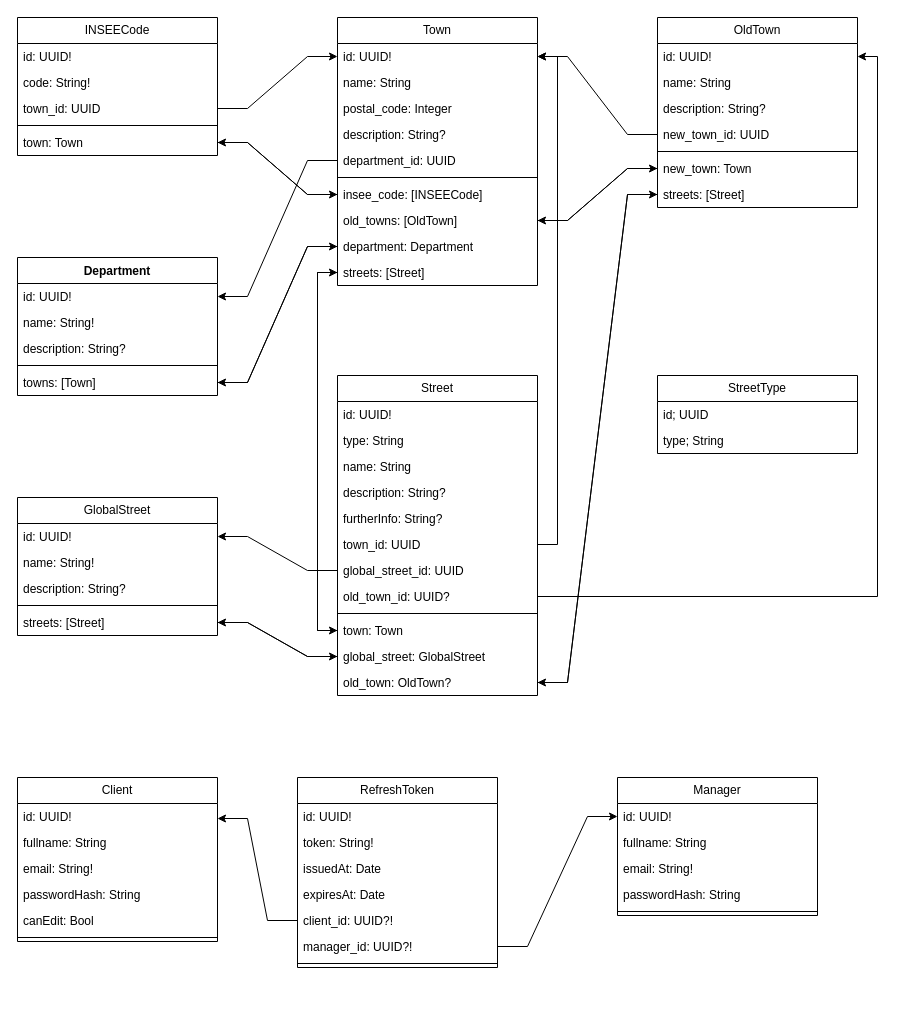
Earlier version of the draw.io diagram PDP BDD.drawio (FlorianClaisse/drawio). Source tidied: cells renumbered, new cells numbered last; positions are measured from the earlier drawing's top-left corner, leaving out a move shared by most shapes. Both pictures are drawn from the tidied source at 100%, with x=0, y=0 at pixel (17, 17).
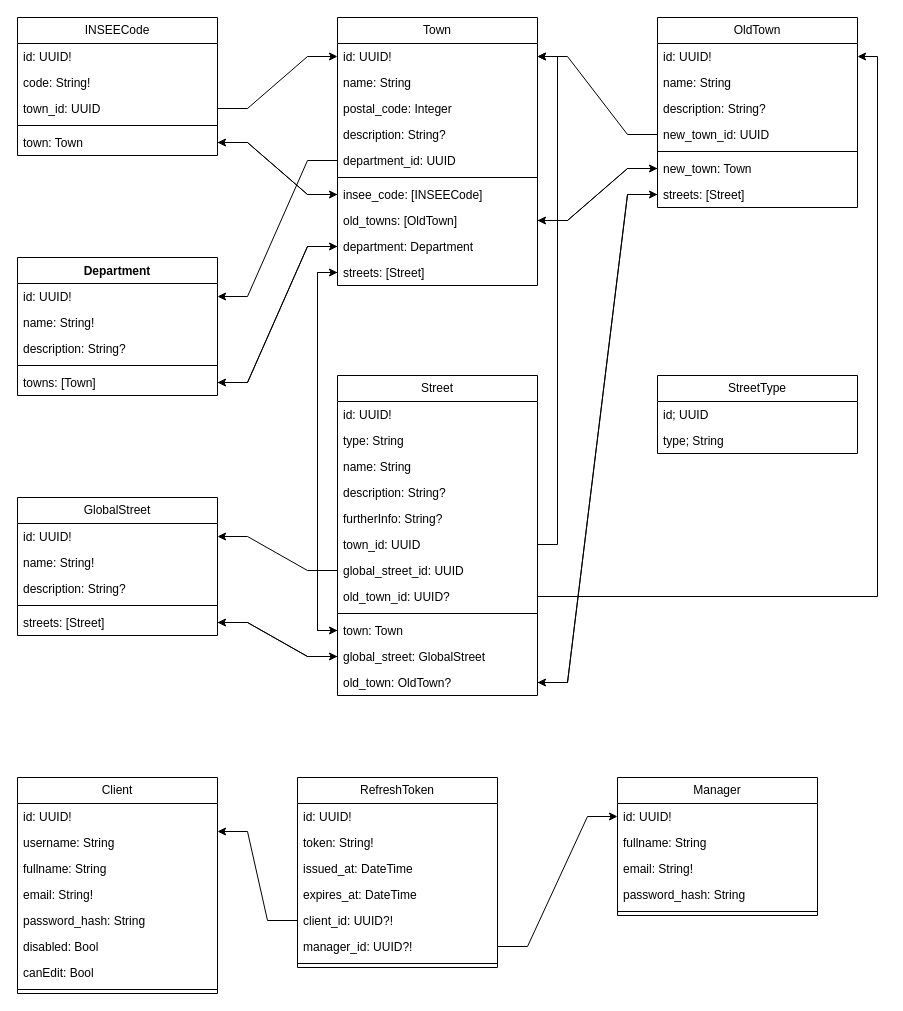
The same page after the edit.

Commit message (it also covers changes not shown here):
Mettre à jour PDP BDD.drawio

Unchanged cells that the change refers to:
```xml
<mxCell id="80" value="RefreshToken" style="swimlane;fontStyle=0;horizontal=1;startSize=26;fillColor=none;whiteSpace=wrap;html=1;" parent="1" vertex="1">
  <mxGeometry x="280" y="760" width="200" height="190" as="geometry" />
</mxCell>
<mxCell id="88" value="Manager" style="swimlane;fontStyle=0;horizontal=1;startSize=26;fillColor=none;whiteSpace=wrap;html=1;" parent="1" vertex="1">
  <mxGeometry x="600" y="760" width="200" height="138" as="geometry" />
</mxCell>
```

What changed in the source:
```diff
@@
     <mxCell id="73" value="Client" style="swimlane;fontStyle=0;horizontal=1;startSize=26;fillColor=none;whiteSpace=wrap;html=1;" parent="1" vertex="1">
-      <mxGeometry y="760" width="200" height="164" as="geometry" />
+      <mxGeometry y="760" width="200" height="216" as="geometry" />
     </mxCell>
@@
+    <mxCell id="96" value="username: String" style="text;strokeColor=none;fillColor=none;align=left;verticalAlign=top;spacingLeft=4;spacingRight=4;overflow=hidden;whiteSpace=wrap;html=1;" parent="73" vertex="1">
+      <mxGeometry y="52" width="200" height="26" as="geometry" />
+    </mxCell>
     <mxCell id="75" value="fullname: String" style="text;strokeColor=none;fillColor=none;align=left;verticalAlign=top;spacingLeft=4;spacingRight=4;overflow=hidden;whiteSpace=wrap;html=1;" parent="73" vertex="1">
-      <mxGeometry y="52" width="200" height="26" as="geometry" />
+      <mxGeometry y="78" width="200" height="26" as="geometry" />
     </mxCell>
     <mxCell id="76" value="email: String!" style="text;strokeColor=none;fillColor=none;align=left;verticalAlign=top;spacingLeft=4;spacingRight=4;overflow=hidden;whiteSpace=wrap;html=1;" parent="73" vertex="1">
-      <mxGeometry y="78" width="200" height="26" as="geometry" />
+      <mxGeometry y="104" width="200" height="26" as="geometry" />
     </mxCell>
-    <mxCell id="77" value="passwordHash: String" style="text;strokeColor=none;fillColor=none;align=left;verticalAlign=top;spacingLeft=4;spacingRight=4;overflow=hidden;whiteSpace=wrap;html=1;" parent="73" vertex="1">
-      <mxGeometry y="104" width="200" height="26" as="geometry" />
+    <mxCell id="77" value="password_hash: String" style="text;strokeColor=none;fillColor=none;align=left;verticalAlign=top;spacingLeft=4;spacingRight=4;overflow=hidden;whiteSpace=wrap;html=1;" parent="73" vertex="1">
+      <mxGeometry y="130" width="200" height="26" as="geometry" />
     </mxCell>
+    <mxCell id="97" value="disabled: Bool" style="text;strokeColor=none;fillColor=none;align=left;verticalAlign=top;spacingLeft=4;spacingRight=4;overflow=hidden;whiteSpace=wrap;html=1;" parent="73" vertex="1">
+      <mxGeometry y="156" width="200" height="26" as="geometry" />
+    </mxCell>
     <mxCell id="78" value="canEdit: Bool" style="text;strokeColor=none;fillColor=none;align=left;verticalAlign=top;spacingLeft=4;spacingRight=4;overflow=hidden;whiteSpace=wrap;html=1;" parent="73" vertex="1">
-      <mxGeometry y="130" width="200" height="26" as="geometry" />
+      <mxGeometry y="182" width="200" height="26" as="geometry" />
     </mxCell>
     <mxCell id="79" style="line;strokeWidth=1;fillColor=none;align=left;verticalAlign=middle;spacingTop=-1;spacingLeft=3;spacingRight=3;labelPosition=right;strokeColor=inherit;" parent="73" vertex="1">
-      <mxGeometry y="156" width="200" height="8" as="geometry" />
+      <mxGeometry y="208" width="200" height="8" as="geometry" />
     </mxCell>
@@
-    <mxCell id="83" value="issuedAt: Date" style="text;strokeColor=none;fillColor=none;align=left;verticalAlign=top;spacingLeft=4;spacingRight=4;overflow=hidden;whiteSpace=wrap;html=1;" parent="80" vertex="1">
+    <mxCell id="83" value="issued_at: DateTime" style="text;strokeColor=none;fillColor=none;align=left;verticalAlign=top;spacingLeft=4;spacingRight=4;overflow=hidden;whiteSpace=wrap;html=1;" parent="80" vertex="1">
       <mxGeometry y="78" width="200" height="26" as="geometry" />
     </mxCell>
-    <mxCell id="84" value="expiresAt: Date" style="text;strokeColor=none;fillColor=none;align=left;verticalAlign=top;spacingLeft=4;spacingRight=4;overflow=hidden;whiteSpace=wrap;html=1;" parent="80" vertex="1">
+    <mxCell id="84" value="expires_at: DateTime" style="text;strokeColor=none;fillColor=none;align=left;verticalAlign=top;spacingLeft=4;spacingRight=4;overflow=hidden;whiteSpace=wrap;html=1;" parent="80" vertex="1">
       <mxGeometry y="104" width="200" height="26" as="geometry" />
     </mxCell>
@@
-    <mxCell id="92" value="passwordHash: String" style="text;strokeColor=none;fillColor=none;align=left;verticalAlign=top;spacingLeft=4;spacingRight=4;overflow=hidden;whiteSpace=wrap;html=1;" parent="88" vertex="1">
+    <mxCell id="92" value="password_hash: String" style="text;strokeColor=none;fillColor=none;align=left;verticalAlign=top;spacingLeft=4;spacingRight=4;overflow=hidden;whiteSpace=wrap;html=1;" parent="88" vertex="1">
       <mxGeometry y="104" width="200" height="26" as="geometry" />
     </mxCell>
```
